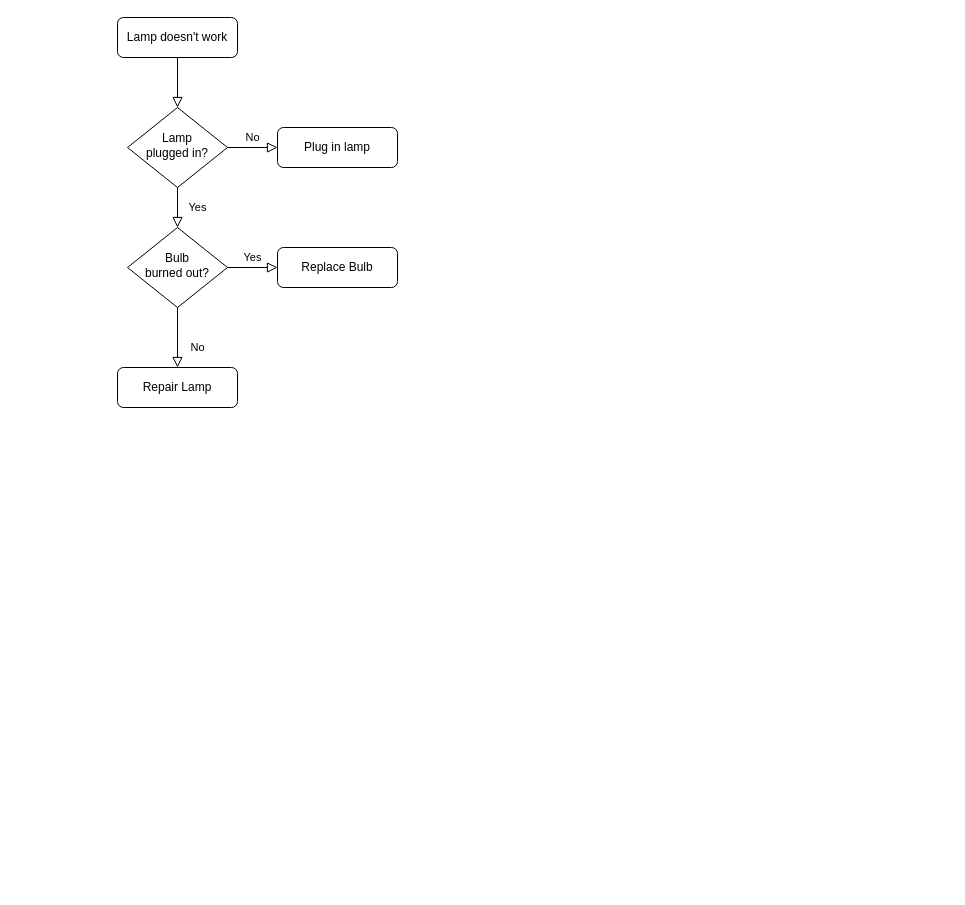
Before: Lab-3/Untitled Diagram.drawio in Aditi0902khandelwal/22122004-MDS273L-JAVA-, a draw.io diagram. Source tidied: cells renumbered, new cells numbered last; positions are measured from the earlier drawing's top-left corner, leaving out a move shared by most shapes. Both pictures are drawn from the tidied source at 100%, with x=0, y=0 at pixel (117, 17).
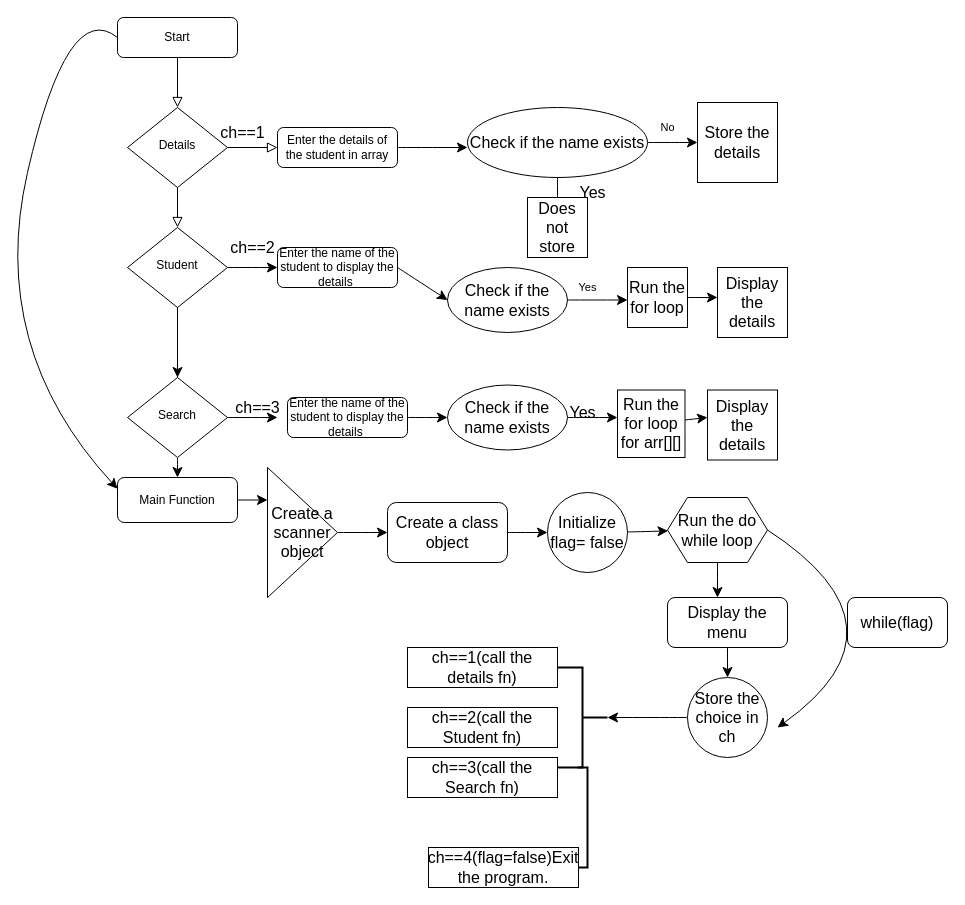
After the change.

Change to the diagram source:
```diff
@@
+    <mxCell id="13" style="edgeStyle=none;curved=1;rounded=0;jettySize=auto;html=1;exitX=0;exitY=0.5;exitDx=0;exitDy=0;fontSize=12;startSize=8;endSize=8;entryX=0;entryY=0.25;entryDx=0;entryDy=0;" parent="1" edge="1" source="3" target="11">
+      <mxGeometry relative="1" as="geometry">
+        <Array as="points">
+          <mxPoint x="-50" y="-20" />
+          <mxPoint x="-130" y="330" />
+        </Array>
+      </mxGeometry>
+    </mxCell>
-    <mxCell id="3" value="Lamp doesn't work" style="rounded=1;whiteSpace=wrap;html=1;fontSize=12;glass=0;strokeWidth=1;shadow=0;" parent="1" vertex="1">
+    <mxCell id="3" value="Start" style="rounded=1;whiteSpace=wrap;html=1;fontSize=12;glass=0;strokeWidth=1;shadow=0;" parent="1" vertex="1">
       <mxGeometry width="120" height="40" as="geometry" />
     </mxCell>
     <mxCell id="4" value="Yes" style="rounded=0;html=1;jettySize=auto;fontSize=11;endArrow=block;endFill=0;endSize=8;strokeWidth=1;shadow=0;labelBackgroundColor=none;edgeStyle=orthogonalEdgeStyle;" parent="1" edge="1" source="6" target="10">
-      <mxGeometry y="20" relative="1" as="geometry" />
+      <mxGeometry x="1" y="414" relative="1" as="geometry">
+        <mxPoint x="-4" y="60" as="offset" />
+      </mxGeometry>
     </mxCell>
     <mxCell id="5" value="No" style="edgeStyle=orthogonalEdgeStyle;rounded=0;html=1;jettySize=auto;fontSize=11;endArrow=block;endFill=0;endSize=8;strokeWidth=1;shadow=0;labelBackgroundColor=none;" parent="1" edge="1" source="6" target="7">
-      <mxGeometry y="10" relative="1" as="geometry" />
+      <mxGeometry x="1" y="391" relative="1" as="geometry">
+        <mxPoint x="390" y="371" as="offset" />
+      </mxGeometry>
     </mxCell>
-    <mxCell id="6" value="Lamp&lt;br&gt;plugged in?" style="rhombus;whiteSpace=wrap;html=1;shadow=0;fontFamily=Helvetica;fontSize=12;align=center;strokeWidth=1;spacing=6;spacingTop=-4;" parent="1" vertex="1">
+    <mxCell id="6" value="Details" style="rhombus;whiteSpace=wrap;html=1;shadow=0;fontFamily=Helvetica;fontSize=12;align=center;strokeWidth=1;spacing=6;spacingTop=-4;" parent="1" vertex="1">
       <mxGeometry x="10" y="90" width="100" height="80" as="geometry" />
     </mxCell>
+    <mxCell id="14" style="edgeStyle=none;curved=1;rounded=0;jettySize=auto;html=1;fontSize=12;startSize=8;endSize=8;" parent="1" edge="1" source="7">
+      <mxGeometry relative="1" as="geometry">
+        <mxPoint x="350" y="130" as="targetPoint" />
+      </mxGeometry>
+    </mxCell>
-    <mxCell id="7" value="Plug in lamp" style="rounded=1;whiteSpace=wrap;html=1;fontSize=12;glass=0;strokeWidth=1;shadow=0;" parent="1" vertex="1">
+    <mxCell id="7" value="Enter the details of the student in array" style="rounded=1;whiteSpace=wrap;html=1;fontSize=12;glass=0;strokeWidth=1;shadow=0;" parent="1" vertex="1">
       <mxGeometry x="160" y="110" width="120" height="40" as="geometry" />
     </mxCell>
-    <mxCell id="8" value="No" style="rounded=0;html=1;jettySize=auto;fontSize=11;endArrow=block;endFill=0;endSize=8;strokeWidth=1;shadow=0;labelBackgroundColor=none;edgeStyle=orthogonalEdgeStyle;" parent="1" edge="1" source="10" target="11">
-      <mxGeometry x="0.33" y="20" relative="1" as="geometry" />
-    </mxCell>
-    <mxCell id="9" value="Yes" style="edgeStyle=orthogonalEdgeStyle;rounded=0;html=1;jettySize=auto;fontSize=11;endArrow=block;endFill=0;endSize=8;strokeWidth=1;shadow=0;labelBackgroundColor=none;" parent="1" edge="1" source="10" target="12">
-      <mxGeometry y="10" relative="1" as="geometry" />
+    <mxCell id="9" style="edgeStyle=none;curved=1;rounded=0;jettySize=auto;html=1;entryX=0;entryY=0.5;entryDx=0;entryDy=0;fontSize=12;startSize=8;endSize=8;" parent="1" edge="1" source="10" target="12">
+      <mxGeometry relative="1" as="geometry" />
     </mxCell>
+    <mxCell id="15" style="edgeStyle=none;curved=1;rounded=0;jettySize=auto;html=1;exitX=0.5;exitY=1;exitDx=0;exitDy=0;fontSize=12;startSize=8;endSize=8;" parent="1" edge="1" source="10">
+      <mxGeometry relative="1" as="geometry">
+        <mxPoint x="60" y="360" as="targetPoint" />
+      </mxGeometry>
+    </mxCell>
-    <mxCell id="10" value="Bulb&lt;br&gt;burned out?" style="rhombus;whiteSpace=wrap;html=1;shadow=0;fontFamily=Helvetica;fontSize=12;align=center;strokeWidth=1;spacing=6;spacingTop=-4;" parent="1" vertex="1">
+    <mxCell id="10" value="Student" style="rhombus;whiteSpace=wrap;html=1;shadow=0;fontFamily=Helvetica;fontSize=12;align=center;strokeWidth=1;spacing=6;spacingTop=-4;" parent="1" vertex="1">
       <mxGeometry x="10" y="210" width="100" height="80" as="geometry" />
     </mxCell>
+    <mxCell id="16" style="edgeStyle=none;curved=1;rounded=0;jettySize=auto;html=1;fontSize=12;startSize=8;endSize=8;" parent="1" edge="1" source="11">
+      <mxGeometry relative="1" as="geometry">
+        <mxPoint x="150" y="482.5" as="targetPoint" />
+      </mxGeometry>
+    </mxCell>
-    <mxCell id="11" value="Repair Lamp" style="rounded=1;whiteSpace=wrap;html=1;fontSize=12;glass=0;strokeWidth=1;shadow=0;" parent="1" vertex="1">
-      <mxGeometry y="350" width="120" height="40" as="geometry" />
+    <mxCell id="11" value="Main Function" style="rounded=1;whiteSpace=wrap;html=1;fontSize=12;glass=0;strokeWidth=1;shadow=0;" parent="1" vertex="1">
+      <mxGeometry y="460" width="120" height="45" as="geometry" />
     </mxCell>
+    <mxCell id="17" style="edgeStyle=none;curved=1;rounded=0;jettySize=auto;html=1;exitX=1;exitY=0.5;exitDx=0;exitDy=0;entryX=0;entryY=0.5;entryDx=0;entryDy=0;fontSize=12;startSize=8;endSize=8;" parent="1" edge="1" source="12" target="26">
+      <mxGeometry relative="1" as="geometry" />
+    </mxCell>
-    <mxCell id="12" value="Replace Bulb" style="rounded=1;whiteSpace=wrap;html=1;fontSize=12;glass=0;strokeWidth=1;shadow=0;" parent="1" vertex="1">
+    <mxCell id="12" value="Enter the name of the student to display the details&amp;nbsp;" style="rounded=1;whiteSpace=wrap;html=1;fontSize=12;glass=0;strokeWidth=1;shadow=0;" parent="1" vertex="1">
       <mxGeometry x="160" y="230" width="120" height="40" as="geometry" />
     </mxCell>
+    <mxCell id="18" value="ch==1" style="text;html=1;align=center;verticalAlign=middle;strokeColor=none;fillColor=none;fontSize=16;" parent="1" vertex="1">
+      <mxGeometry x="90" y="100" width="70" height="30" as="geometry" />
+    </mxCell>
+    <mxCell id="19" style="edgeStyle=none;curved=1;rounded=0;jettySize=auto;html=1;fontSize=12;startSize=8;endSize=8;" parent="1" edge="1" source="21">
+      <mxGeometry relative="1" as="geometry">
+        <mxPoint x="580" y="125" as="targetPoint" />
+      </mxGeometry>
+    </mxCell>
+    <mxCell id="20" style="edgeStyle=none;curved=1;rounded=0;jettySize=auto;html=1;exitX=0.5;exitY=1;exitDx=0;exitDy=0;fontSize=12;startSize=8;endSize=8;" parent="1" edge="1" source="21">
+      <mxGeometry relative="1" as="geometry">
+        <mxPoint x="440" y="200" as="targetPoint" />
+      </mxGeometry>
+    </mxCell>
+    <mxCell id="21" value="Check if the name exists" style="ellipse;whiteSpace=wrap;html=1;fontSize=16;" parent="1" vertex="1">
+      <mxGeometry x="350" y="90" width="180" height="70" as="geometry" />
+    </mxCell>
+    <mxCell id="22" value="Store the details" style="whiteSpace=wrap;html=1;fontSize=16;" parent="1" vertex="1">
+      <mxGeometry x="580" y="85" width="80" height="80" as="geometry" />
+    </mxCell>
+    <mxCell id="23" value="Does not store" style="whiteSpace=wrap;html=1;fontSize=16;" parent="1" vertex="1">
+      <mxGeometry x="410" y="180" width="60" height="60" as="geometry" />
+    </mxCell>
+    <mxCell id="24" value="ch==2" style="text;html=1;align=center;verticalAlign=middle;strokeColor=none;fillColor=none;fontSize=16;" parent="1" vertex="1">
+      <mxGeometry x="100" y="215" width="70" height="30" as="geometry" />
+    </mxCell>
+    <mxCell id="25" style="edgeStyle=none;curved=1;rounded=0;jettySize=auto;html=1;fontSize=12;startSize=8;endSize=8;" parent="1" edge="1" source="26">
+      <mxGeometry relative="1" as="geometry">
+        <mxPoint x="510" y="282.5" as="targetPoint" />
+      </mxGeometry>
+    </mxCell>
+    <mxCell id="26" value="Check if the name exists" style="ellipse;whiteSpace=wrap;html=1;fontSize=16;" parent="1" vertex="1">
+      <mxGeometry x="330" y="250" width="120" height="65" as="geometry" />
+    </mxCell>
+    <mxCell id="27" value="Yes" style="text;html=1;align=center;verticalAlign=middle;strokeColor=none;fillColor=none;fontSize=16;" parent="1" vertex="1">
+      <mxGeometry x="450" y="160" width="50" height="30" as="geometry" />
+    </mxCell>
+    <mxCell id="28" style="edgeStyle=none;curved=1;rounded=0;jettySize=auto;html=1;fontSize=12;startSize=8;endSize=8;" parent="1" edge="1" source="29">
+      <mxGeometry relative="1" as="geometry">
+        <mxPoint x="600" y="280" as="targetPoint" />
+      </mxGeometry>
+    </mxCell>
+    <mxCell id="29" value="Run the for loop" style="whiteSpace=wrap;html=1;fontSize=16;" parent="1" vertex="1">
+      <mxGeometry x="510" y="250" width="60" height="60" as="geometry" />
+    </mxCell>
+    <mxCell id="30" value="Display the details" style="whiteSpace=wrap;html=1;fontSize=16;" parent="1" vertex="1">
+      <mxGeometry x="600" y="250" width="70" height="70" as="geometry" />
+    </mxCell>
+    <mxCell id="31" style="rounded=0;html=1;jettySize=auto;fontSize=11;endArrow=none;endFill=0;endSize=8;strokeWidth=1;shadow=0;labelBackgroundColor=none;edgeStyle=orthogonalEdgeStyle;" parent="1" edge="1" source="10" target="34">
+      <mxGeometry x="0.33" y="20" relative="1" as="geometry" />
+    </mxCell>
+    <mxCell id="32" style="edgeStyle=none;curved=1;rounded=0;jettySize=auto;html=1;exitX=1;exitY=0.5;exitDx=0;exitDy=0;fontSize=12;startSize=8;endSize=8;" parent="1" edge="1" source="34">
+      <mxGeometry relative="1" as="geometry">
+        <mxPoint x="160" y="400" as="targetPoint" />
+      </mxGeometry>
+    </mxCell>
+    <mxCell id="33" style="edgeStyle=none;curved=1;rounded=0;jettySize=auto;html=1;exitX=0.5;exitY=1;exitDx=0;exitDy=0;entryX=0.5;entryY=0;entryDx=0;entryDy=0;fontSize=12;startSize=8;endSize=8;" parent="1" edge="1" source="34" target="11">
+      <mxGeometry relative="1" as="geometry" />
+    </mxCell>
+    <mxCell id="34" value="Search" style="rhombus;whiteSpace=wrap;html=1;shadow=0;fontFamily=Helvetica;fontSize=12;align=center;strokeWidth=1;spacing=6;spacingTop=-4;" parent="1" vertex="1">
+      <mxGeometry x="10" y="360" width="100" height="80" as="geometry" />
+    </mxCell>
+    <mxCell id="35" value="ch==3" style="text;html=1;align=center;verticalAlign=middle;strokeColor=none;fillColor=none;fontSize=16;" parent="1" vertex="1">
+      <mxGeometry x="105" y="375" width="70" height="30" as="geometry" />
+    </mxCell>
+    <mxCell id="36" style="edgeStyle=none;curved=1;rounded=0;jettySize=auto;html=1;fontSize=12;startSize=8;endSize=8;" parent="1" edge="1" source="37">
+      <mxGeometry relative="1" as="geometry">
+        <mxPoint x="330" y="400" as="targetPoint" />
+      </mxGeometry>
+    </mxCell>
+    <mxCell id="37" value="Enter the name of the student to display the details&amp;nbsp;" style="rounded=1;whiteSpace=wrap;html=1;fontSize=12;glass=0;strokeWidth=1;shadow=0;" parent="1" vertex="1">
+      <mxGeometry x="170" y="380" width="120" height="40" as="geometry" />
+    </mxCell>
+    <mxCell id="38" style="edgeStyle=none;curved=1;rounded=0;jettySize=auto;html=1;fontSize=12;startSize=8;endSize=8;" parent="1" edge="1" source="39">
+      <mxGeometry relative="1" as="geometry">
+        <mxPoint x="500" y="400" as="targetPoint" />
+      </mxGeometry>
+    </mxCell>
+    <mxCell id="39" value="Check if the name exists" style="ellipse;whiteSpace=wrap;html=1;fontSize=16;" parent="1" vertex="1">
+      <mxGeometry x="330" y="367.5" width="120" height="65" as="geometry" />
+    </mxCell>
+    <mxCell id="40" value="Yes" style="text;html=1;align=center;verticalAlign=middle;strokeColor=none;fillColor=none;fontSize=16;" parent="1" vertex="1">
+      <mxGeometry x="440" y="380" width="50" height="30" as="geometry" />
+    </mxCell>
+    <mxCell id="41" style="edgeStyle=none;curved=1;rounded=0;jettySize=auto;html=1;fontSize=12;startSize=8;endSize=8;" parent="1" edge="1" source="42">
+      <mxGeometry relative="1" as="geometry">
+        <mxPoint x="590" y="400" as="targetPoint" />
+      </mxGeometry>
+    </mxCell>
+    <mxCell id="42" value="Run the for loop&lt;br&gt;for arr[][]" style="whiteSpace=wrap;html=1;fontSize=16;" parent="1" vertex="1">
+      <mxGeometry x="500" y="372.5" width="67.5" height="67.5" as="geometry" />
+    </mxCell>
+    <mxCell id="43" value="Display the details" style="whiteSpace=wrap;html=1;fontSize=16;" parent="1" vertex="1">
+      <mxGeometry x="590" y="372.5" width="70" height="70" as="geometry" />
+    </mxCell>
+    <mxCell id="44" style="edgeStyle=none;curved=1;rounded=0;jettySize=auto;html=1;exitX=1;exitY=0.5;exitDx=0;exitDy=0;fontSize=12;startSize=8;endSize=8;" parent="1" edge="1" source="45">
+      <mxGeometry relative="1" as="geometry">
+        <mxPoint x="270" y="515" as="targetPoint" />
+      </mxGeometry>
+    </mxCell>
+    <mxCell id="45" value="Create a scanner object" style="triangle;whiteSpace=wrap;html=1;fontSize=16;" parent="1" vertex="1">
+      <mxGeometry x="150" y="450" width="70" height="130" as="geometry" />
+    </mxCell>
+    <mxCell id="46" style="edgeStyle=none;curved=1;rounded=0;jettySize=auto;html=1;fontSize=12;startSize=8;endSize=8;" parent="1" edge="1" source="47" target="49">
+      <mxGeometry relative="1" as="geometry" />
+    </mxCell>
+    <mxCell id="47" value="Create a class object" style="rounded=1;whiteSpace=wrap;html=1;fontSize=16;" parent="1" vertex="1">
+      <mxGeometry x="270" y="485" width="120" height="60" as="geometry" />
+    </mxCell>
+    <mxCell id="48" style="edgeStyle=none;curved=1;rounded=0;jettySize=auto;html=1;fontSize=12;startSize=8;endSize=8;" parent="1" edge="1" source="49" target="52">
+      <mxGeometry relative="1" as="geometry" />
+    </mxCell>
+    <mxCell id="49" value="Initialize flag= false" style="ellipse;whiteSpace=wrap;html=1;fontSize=16;" parent="1" vertex="1">
+      <mxGeometry x="430" y="475" width="80" height="80" as="geometry" />
+    </mxCell>
+    <mxCell id="50" style="edgeStyle=none;curved=1;rounded=0;jettySize=auto;html=1;fontSize=12;startSize=8;endSize=8;" parent="1" edge="1" source="52">
+      <mxGeometry relative="1" as="geometry">
+        <mxPoint x="600" y="580" as="targetPoint" />
+      </mxGeometry>
+    </mxCell>
+    <mxCell id="51" style="edgeStyle=none;curved=1;rounded=0;jettySize=auto;html=1;exitX=1;exitY=0.5;exitDx=0;exitDy=0;fontSize=12;startSize=8;endSize=8;" parent="1" edge="1" source="52">
+      <mxGeometry relative="1" as="geometry">
+        <mxPoint x="660" y="710" as="targetPoint" />
+        <Array as="points">
+          <mxPoint x="800" y="610" />
+        </Array>
+      </mxGeometry>
+    </mxCell>
+    <mxCell id="52" value="Run the do while loop" style="shape=hexagon;perimeter=hexagonPerimeter2;whiteSpace=wrap;html=1;fixedSize=1;fontSize=16;" parent="1" vertex="1">
+      <mxGeometry x="550" y="480" width="100" height="65" as="geometry" />
+    </mxCell>
+    <mxCell id="53" style="edgeStyle=none;curved=1;rounded=0;jettySize=auto;html=1;fontSize=12;startSize=8;endSize=8;" parent="1" edge="1" source="54">
+      <mxGeometry relative="1" as="geometry">
+        <mxPoint x="610" y="660" as="targetPoint" />
+      </mxGeometry>
+    </mxCell>
+    <mxCell id="54" value="Display the menu" style="rounded=1;whiteSpace=wrap;html=1;fontSize=16;" parent="1" vertex="1">
+      <mxGeometry x="550" y="580" width="120" height="50" as="geometry" />
+    </mxCell>
+    <mxCell id="55" style="edgeStyle=none;curved=1;rounded=0;jettySize=auto;html=1;fontSize=12;startSize=8;endSize=8;" parent="1" edge="1" source="56" target="57">
+      <mxGeometry relative="1" as="geometry" />
+    </mxCell>
+    <mxCell id="56" value="Store the choice in ch" style="ellipse;whiteSpace=wrap;html=1;fontSize=16;" parent="1" vertex="1">
+      <mxGeometry x="570" y="660" width="80" height="80" as="geometry" />
+    </mxCell>
+    <mxCell id="57" style="strokeWidth=2;html=1;shape=mxgraph.flowchart.annotation_2;align=left;labelPosition=right;fontSize=16;rotation=-180;" parent="1" vertex="1">
+      <mxGeometry x="440" y="650" width="50" height="100" as="geometry" />
+    </mxCell>
+    <mxCell id="58" value="ch==1(call the details fn)" style="rounded=0;whiteSpace=wrap;html=1;fontSize=16;" parent="1" vertex="1">
+      <mxGeometry x="290" y="630" width="150" height="40" as="geometry" />
+    </mxCell>
+    <mxCell id="59" value="ch==2(call the Student fn)" style="rounded=0;whiteSpace=wrap;html=1;fontSize=16;" parent="1" vertex="1">
+      <mxGeometry x="290" y="690" width="150" height="40" as="geometry" />
+    </mxCell>
+    <mxCell id="60" value="ch==3(call the Search fn)" style="rounded=0;whiteSpace=wrap;html=1;fontSize=16;" parent="1" vertex="1">
+      <mxGeometry x="290" y="740" width="150" height="40" as="geometry" />
+    </mxCell>
+    <mxCell id="61" style="strokeWidth=2;html=1;shape=mxgraph.flowchart.annotation_1;align=left;fontSize=16;rotation=-180;" parent="1" vertex="1">
+      <mxGeometry x="460" y="750" width="10" height="100" as="geometry" />
+    </mxCell>
+    <mxCell id="62" value="ch==4(flag=false)Exit the program." style="rounded=0;whiteSpace=wrap;html=1;fontSize=16;" parent="1" vertex="1">
+      <mxGeometry x="311" y="830" width="150" height="40" as="geometry" />
+    </mxCell>
+    <mxCell id="63" value="while(flag)" style="rounded=1;whiteSpace=wrap;html=1;fontSize=16;" parent="1" vertex="1">
+      <mxGeometry x="730" y="580" width="100" height="50" as="geometry" />
+    </mxCell>
```
